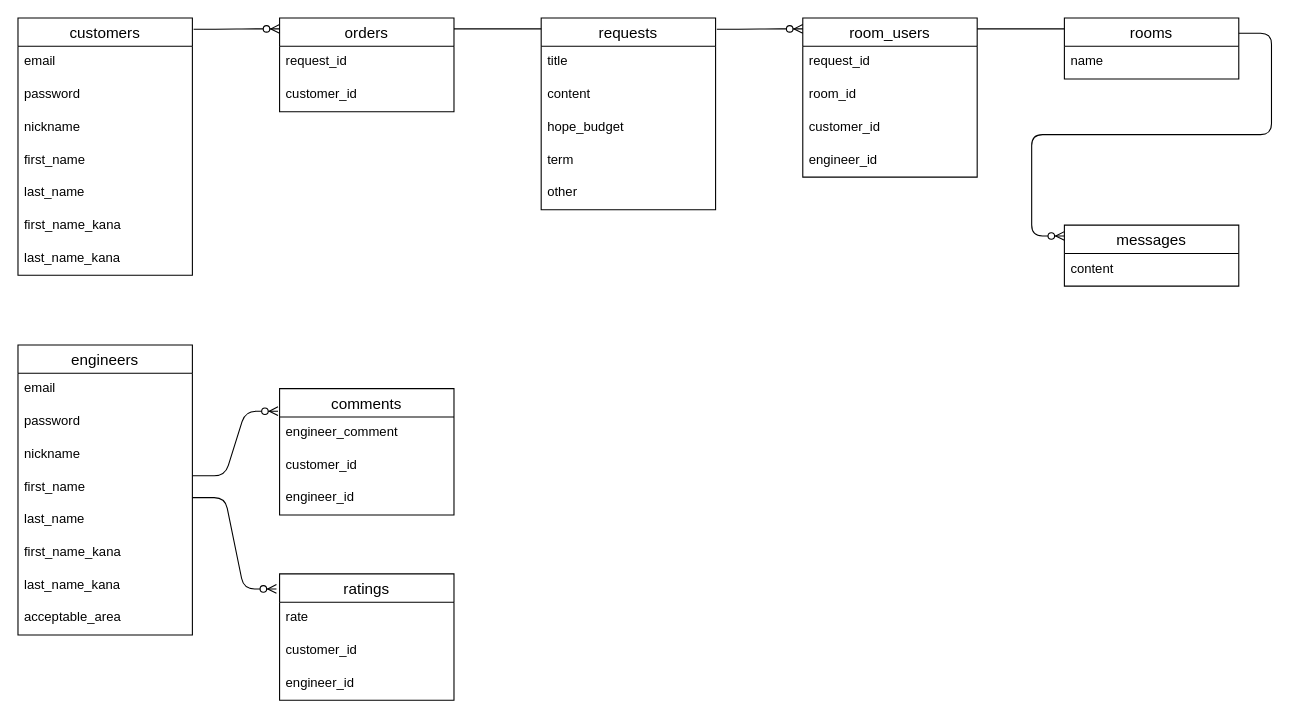
This is er.dio from ikun2019/exece_bridge, a draw.io file, before an edit. Source tidied: cells renumbered, new cells numbered last; positions are measured from the earlier drawing's top-left corner, leaving out a move shared by most shapes. Both pictures are drawn from the tidied source at 109%, with x=0, y=0 at pixel (17, 17).
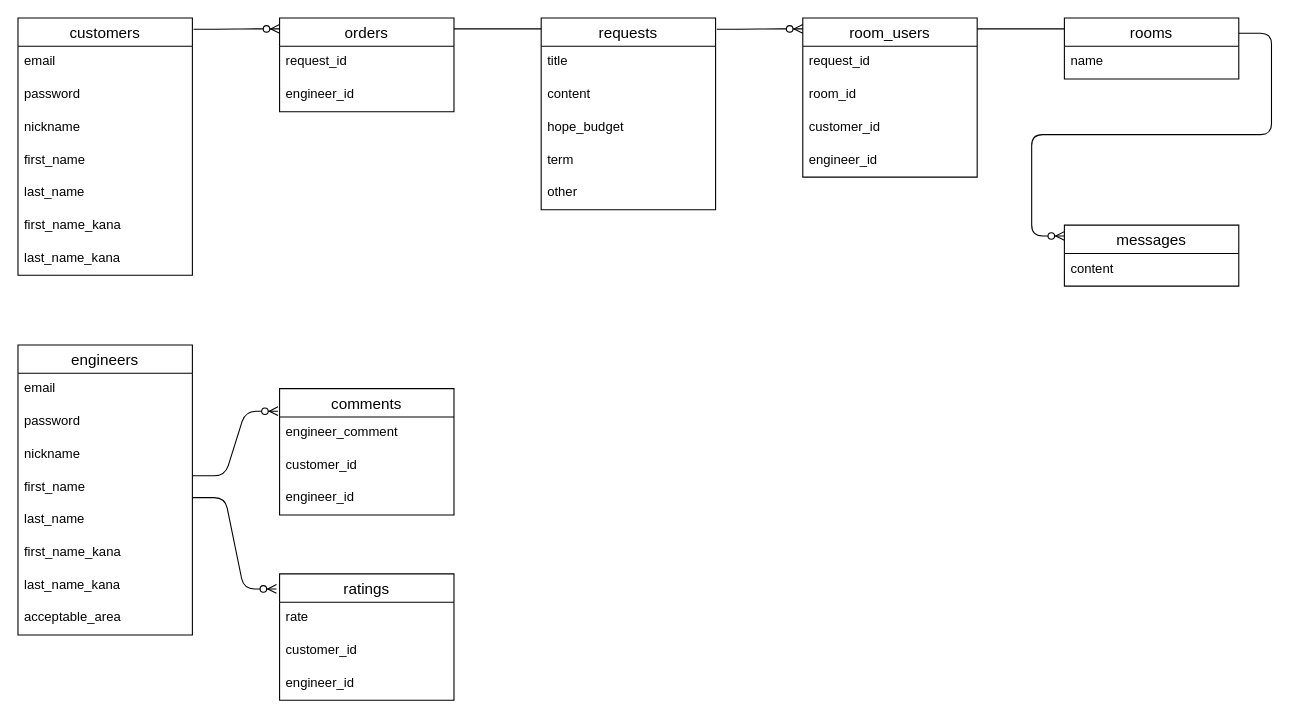
The same diagram, later.

The change refers to these unchanged cells:
```xml
<mxCell id="47" value="orders" style="swimlane;fontStyle=0;horizontal=1;startSize=26;align=center;fontSize=14;" parent="1" vertex="1">
  <mxGeometry x="240" width="160" height="86" as="geometry" />
</mxCell>
```

Change to the diagram source:
```diff
@@
-    <mxCell id="49" value="customer_id" style="text;strokeColor=none;fillColor=none;spacingLeft=4;spacingRight=4;overflow=hidden;fontSize=12;" parent="47" vertex="1">
+    <mxCell id="49" value="engineer_id" style="text;strokeColor=none;fillColor=none;spacingLeft=4;spacingRight=4;overflow=hidden;fontSize=12;" parent="47" vertex="1">
       <mxGeometry y="56" width="160" height="30" as="geometry" />
     </mxCell>
```
